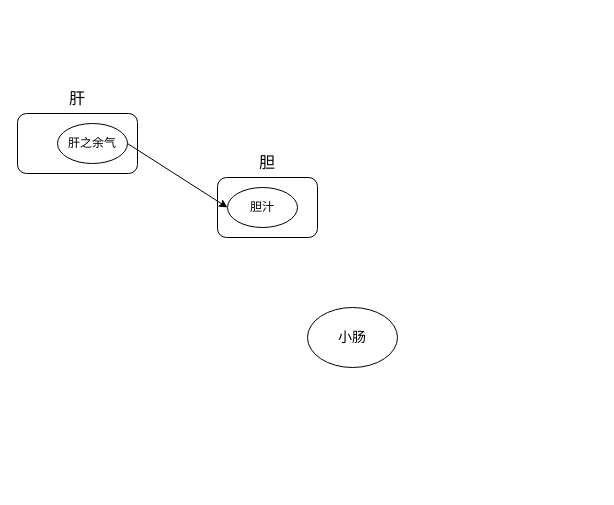
The draw.io diagram 医门推敲叁/中医藏象学说/藏象学说之肝/肝的生理功能/003肝主疏泄-协调脾胃气机升降.drawio in 328507133/chart, before the edit. Source tidied: cells renumbered, new cells numbered last; positions are measured from the earlier drawing's top-left corner, leaving out a move shared by most shapes. Both pictures are drawn from the tidied source at 100%, with x=0, y=0 at pixel (17, 83).
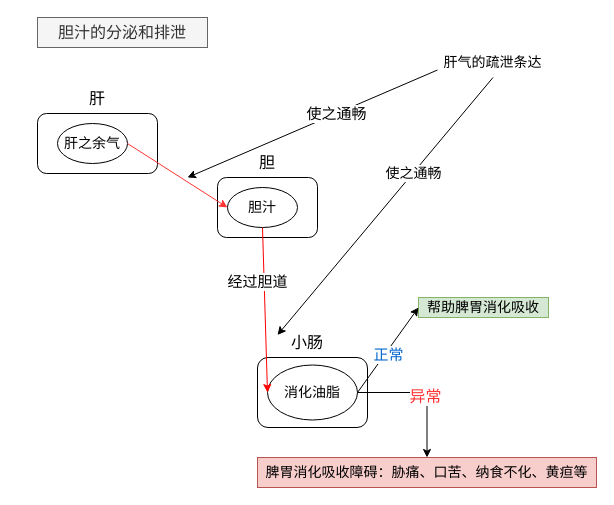
After the change.

Commit message (it also covers changes not shown here):
更新003肝主疏泄-协调脾胃气机升降.drawio

Change to the diagram source:
```diff
@@
+    <mxCell id="6" value="胆汁" style="ellipse;whiteSpace=wrap;html=1;fontSize=14;" parent="1" vertex="1">
+      <mxGeometry x="210" y="104" width="70" height="40" as="geometry" />
+    </mxCell>
+    <mxCell id="10" style="group;" parent="1" vertex="1">
+      <mxGeometry x="20" width="120" height="90" as="geometry" />
+    </mxCell>
-    <mxCell id="4" style="rounded=1;whiteSpace=wrap;html=1;" parent="1" vertex="1">
+    <mxCell id="4" style="rounded=1;whiteSpace=wrap;html=1;" parent="10" vertex="1">
       <mxGeometry y="30" width="120" height="60" as="geometry" />
     </mxCell>
-    <mxCell id="5" value="肝" style="text;html=1;strokeColor=none;fillColor=none;align=center;verticalAlign=middle;whiteSpace=wrap;rounded=0;fontSize=16;" parent="1" vertex="1">
+    <mxCell id="5" value="肝" style="text;html=1;strokeColor=none;fillColor=none;align=center;verticalAlign=middle;whiteSpace=wrap;rounded=0;fontSize=16;" parent="10" vertex="1">
       <mxGeometry x="30" width="60" height="30" as="geometry" />
     </mxCell>
-    <mxCell id="6" value="胆汁" style="ellipse;whiteSpace=wrap;html=1;" parent="1" vertex="1">
-      <mxGeometry x="210" y="104" width="70" height="40" as="geometry" />
-    </mxCell>
-    <mxCell id="7" value="肝之余气" style="ellipse;whiteSpace=wrap;html=1;" parent="1" vertex="1">
-      <mxGeometry x="40" y="40" width="70" height="40" as="geometry" />
+    <mxCell id="7" value="肝之余气" style="ellipse;whiteSpace=wrap;html=1;fontSize=14;" parent="10" vertex="1">
+      <mxGeometry x="20" y="40" width="70" height="40" as="geometry" />
     </mxCell>
-    <mxCell id="8" style="endArrow=classic;html=1;rounded=0;exitX=1;exitY=0.5;exitDx=0;exitDy=0;entryX=0;entryY=0.5;entryDx=0;entryDy=0;" parent="1" edge="1" source="7" target="6">
+    <mxCell id="8" style="endArrow=classic;html=1;rounded=0;exitX=1;exitY=0.5;exitDx=0;exitDy=0;entryX=0;entryY=0.5;entryDx=0;entryDy=0;strokeColor=#FF3333;" parent="1" edge="1" source="7" target="6">
       <mxGeometry relative="1" as="geometry" />
     </mxCell>
+    <mxCell id="11" value="肝气的疏泄条达" style="text;html=1;strokeColor=none;fillColor=none;align=center;verticalAlign=middle;whiteSpace=wrap;rounded=0;fontSize=14;" parent="1" vertex="1">
+      <mxGeometry x="420" y="-36" width="111" height="30" as="geometry" />
+    </mxCell>
+    <mxCell id="12" style="endArrow=classic;html=1;rounded=0;exitX=0;exitY=0.75;exitDx=0;exitDy=0;" parent="1" edge="1" source="11">
+      <mxGeometry relative="1" as="geometry">
+        <mxPoint x="170" y="94" as="targetPoint" />
+      </mxGeometry>
+    </mxCell>
+    <mxCell id="13" value="使之通畅" style="edgeLabel;html=1;align=center;verticalAlign=middle;fontSize=15;" parent="12" vertex="1">
+      <mxGeometry x="-0.19" y="-1" relative="1" as="geometry" />
+    </mxCell>
+    <mxCell id="14" style="endArrow=classic;html=1;rounded=0;exitX=0.5;exitY=1;exitDx=0;exitDy=0;entryX=0;entryY=0.25;entryDx=0;entryDy=0;" parent="1" edge="1" source="11" target="9">
+      <mxGeometry relative="1" as="geometry" />
+    </mxCell>
+    <mxCell id="15" value="使之通畅" style="edgeLabel;html=1;align=center;verticalAlign=middle;fontSize=14;" parent="14" vertex="1">
+      <mxGeometry x="-0.26" relative="1" as="geometry" />
+    </mxCell>
+    <mxCell id="16" value="胆汁的分泌和排泄" style="text;html=1;strokeColor=#666666;fillColor=#f5f5f5;align=center;verticalAlign=middle;whiteSpace=wrap;rounded=0;fontSize=16;fontColor=#333333;" parent="1" vertex="1">
+      <mxGeometry x="20" y="-66" width="170" height="30" as="geometry" />
+    </mxCell>
+    <mxCell id="17" style="group;" parent="1" vertex="1">
+      <mxGeometry x="240" y="244" width="110" height="100" as="geometry" />
+    </mxCell>
+    <mxCell id="18" style="rounded=1;whiteSpace=wrap;html=1;" parent="17" vertex="1">
+      <mxGeometry y="30" width="110" height="70" as="geometry" />
+    </mxCell>
-    <mxCell id="9" value="小肠" style="ellipse;whiteSpace=wrap;html=1;fontSize=14;" parent="1" vertex="1">
-      <mxGeometry x="290" y="224" width="90" height="60" as="geometry" />
+    <mxCell id="9" value="小肠" style="text;html=1;strokeColor=none;fillColor=none;align=center;verticalAlign=middle;whiteSpace=wrap;rounded=0;fontSize=16;" parent="17" vertex="1">
+      <mxGeometry x="20" width="60" height="30" as="geometry" />
     </mxCell>
+    <mxCell id="19" value="消化油脂" style="ellipse;whiteSpace=wrap;html=1;fontSize=14;" parent="17" vertex="1">
+      <mxGeometry x="10" y="37.5" width="90" height="55" as="geometry" />
+    </mxCell>
+    <mxCell id="20" style="endArrow=classic;html=1;rounded=0;exitX=0.5;exitY=1;exitDx=0;exitDy=0;entryX=0;entryY=0.5;entryDx=0;entryDy=0;strokeColor=#FF0000;" parent="1" edge="1" source="6" target="19">
+      <mxGeometry relative="1" as="geometry" />
+    </mxCell>
+    <mxCell id="21" value="经过胆道" style="edgeLabel;html=1;align=center;verticalAlign=middle;fontSize=15;" parent="20" vertex="1">
+      <mxGeometry x="0.01" y="-1" relative="1" as="geometry">
+        <mxPoint x="-7" y="-29" as="offset" />
+      </mxGeometry>
+    </mxCell>
+    <mxCell id="22" value="帮助脾胃消化吸收" style="text;html=1;strokeColor=#82b366;fillColor=#d5e8d4;align=center;verticalAlign=middle;whiteSpace=wrap;rounded=0;fontSize=14;" parent="1" vertex="1">
+      <mxGeometry x="401" y="214" width="130" height="20" as="geometry" />
+    </mxCell>
+    <mxCell id="23" style="endArrow=classic;html=1;rounded=0;entryX=0;entryY=0.5;entryDx=0;entryDy=0;exitX=1;exitY=0.5;exitDx=0;exitDy=0;" parent="1" edge="1" source="19" target="22">
+      <mxGeometry relative="1" as="geometry" />
+    </mxCell>
+    <mxCell id="24" value="正常" style="edgeLabel;html=1;align=center;verticalAlign=middle;fontSize=15;fontColor=#0066CC;" parent="23" vertex="1">
+      <mxGeometry x="-0.06" y="-2" relative="1" as="geometry" />
+    </mxCell>
+    <mxCell id="25" value="脾胃消化吸收障碍：胁痛、口苦、纳食不化、黄疸等" style="text;html=1;strokeColor=#b85450;fillColor=#f8cecc;align=center;verticalAlign=middle;whiteSpace=wrap;rounded=0;fontSize=14;" parent="1" vertex="1">
+      <mxGeometry x="240" y="374" width="339" height="30" as="geometry" />
+    </mxCell>
+    <mxCell id="26" style="edgeStyle=orthogonalEdgeStyle;rounded=0;jettySize=auto;html=1;exitX=1;exitY=0.5;exitDx=0;exitDy=0;" parent="1" edge="1" source="19" target="25">
+      <mxGeometry relative="1" as="geometry" />
+    </mxCell>
+    <mxCell id="27" value="异常" style="edgeLabel;html=1;align=center;verticalAlign=middle;fontSize=16;fontColor=#FF3333;" parent="26" vertex="1">
+      <mxGeometry y="-3" relative="1" as="geometry" />
+    </mxCell>
```
